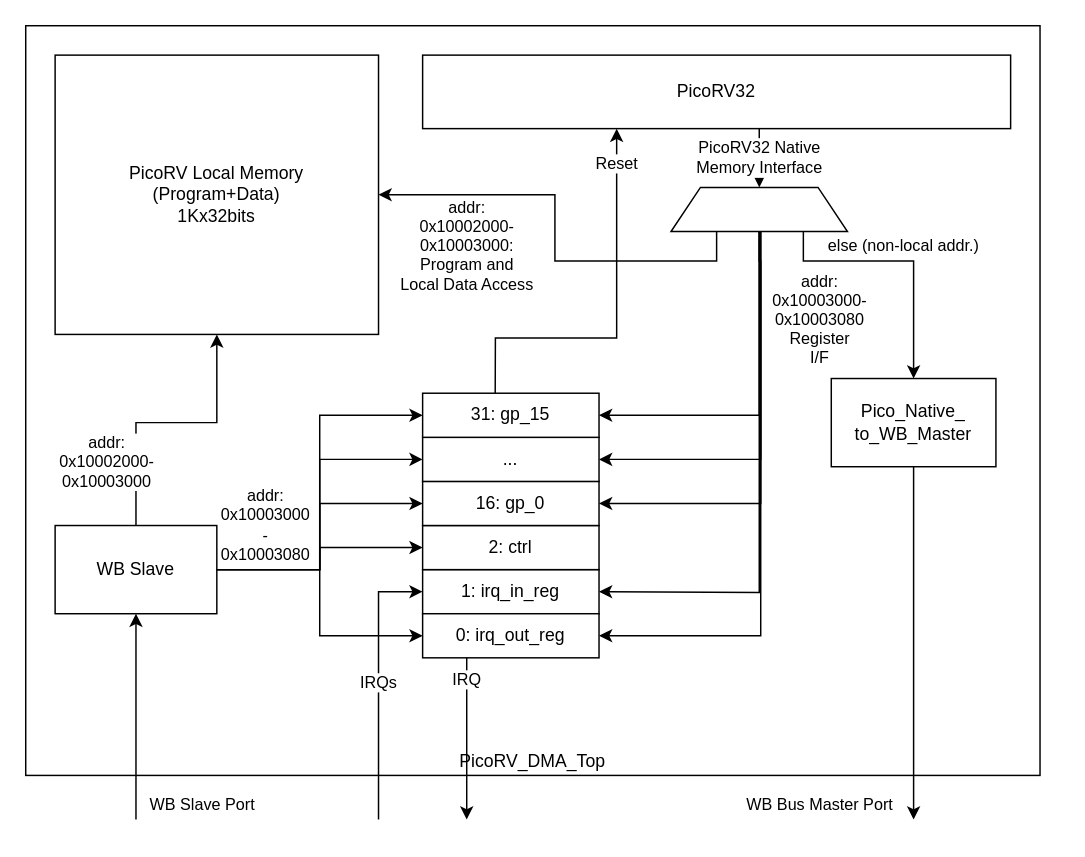
Earlier version of the draw.io diagram assets/PicoRV_DMA_Block_Diagram.drawio (epsilon537/boxlambda). Source tidied: cells renumbered, new cells numbered last; positions are measured from the earlier drawing's top-left corner, leaving out a move shared by most shapes. Both pictures are drawn from the tidied source at 147%, with x=0, y=0 at pixel (25, 25).
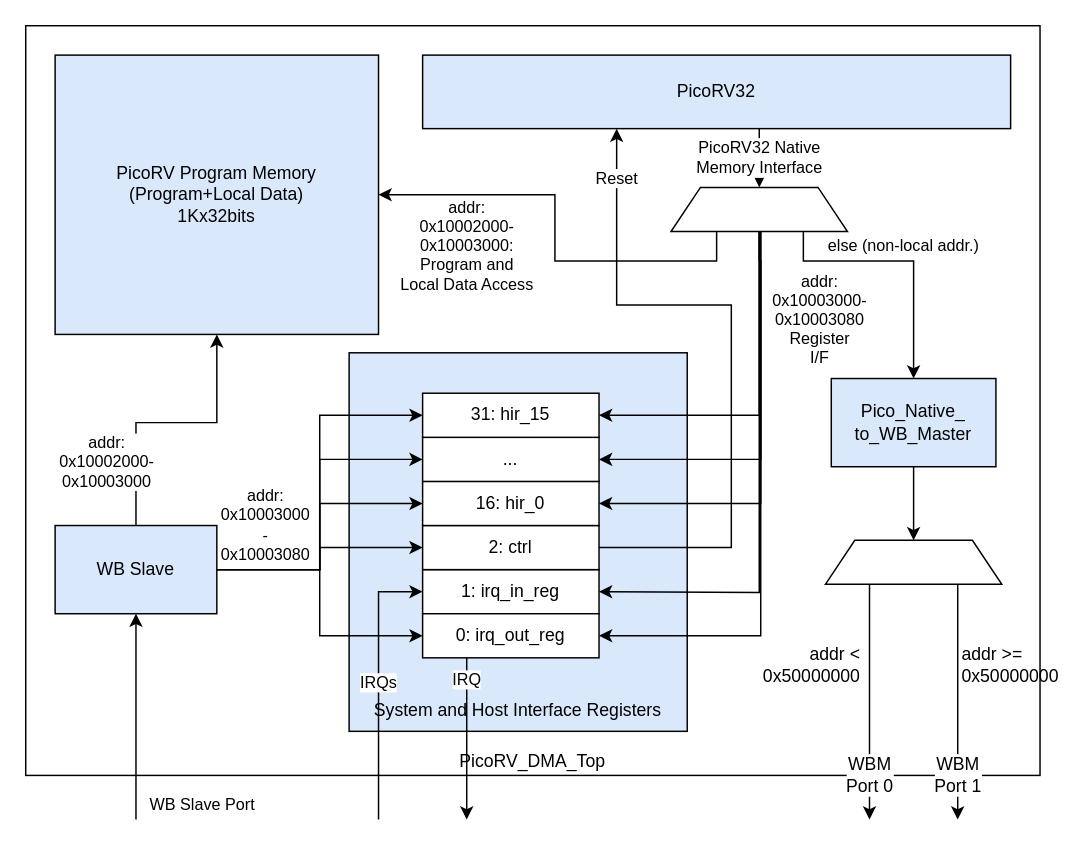
After the change.

Commit message (it also covers changes not shown here):
PicoRV DMA draft post ready.

Diff of the diagram source:
```diff
@@
+    <mxCell id="33" value="&lt;font style=&quot;font-size: 12px;&quot;&gt;System and Host Interface Registers&lt;/font&gt;" style="rounded=0;whiteSpace=wrap;html=1;fontSize=32;fontColor=#000000;strokeColor=#000000;strokeWidth=1;fillColor=#DAE8FC;verticalAlign=bottom;" parent="1" vertex="1">
+      <mxGeometry x="220" y="222.5" width="230" height="257.5" as="geometry" />
+    </mxCell>
-    <mxCell id="3" value="PicoRV32" style="rounded=0;whiteSpace=wrap;html=1;points=[[0,0,0,0,0],[0,0.25,0,0,0],[0,0.5,0,0,0],[0,0.75,0,0,0],[0,1,0,0,0],[0.15,1,0,0,0],[0.25,0,0,0,0],[0.33,1,0,0,0],[0.5,0,0,0,0],[0.5,1,0,0,0],[0.67,1,0,0,0],[0.75,0,0,0,0],[0.82,1,0,0,0],[1,0,0,0,0],[1,0.25,0,0,0],[1,0.5,0,0,0],[1,0.75,0,0,0],[1,1,0,0,0]];" parent="1" vertex="1">
+    <mxCell id="3" value="PicoRV32" style="rounded=0;whiteSpace=wrap;html=1;points=[[0,0,0,0,0],[0,0.25,0,0,0],[0,0.5,0,0,0],[0,0.75,0,0,0],[0,1,0,0,0],[0.15,1,0,0,0],[0.25,0,0,0,0],[0.33,1,0,0,0],[0.5,0,0,0,0],[0.5,1,0,0,0],[0.67,1,0,0,0],[0.75,0,0,0,0],[0.82,1,0,0,0],[1,0,0,0,0],[1,0.25,0,0,0],[1,0.5,0,0,0],[1,0.75,0,0,0],[1,1,0,0,0]];fillColor=#DAE8FC;" parent="1" vertex="1">
       <mxGeometry x="270" y="20" width="400" height="50" as="geometry" />
     </mxCell>
-    <mxCell id="4" value="Pico_Native_&lt;br&gt;to_WB_Master" style="rounded=0;whiteSpace=wrap;html=1;" parent="1" vertex="1">
+    <mxCell id="4" value="Pico_Native_&lt;br&gt;to_WB_Master" style="rounded=0;whiteSpace=wrap;html=1;fillColor=#DAE8FC;" parent="1" vertex="1">
       <mxGeometry x="548" y="240" width="112" height="60" as="geometry" />
     </mxCell>
@@
-    <mxCell id="7" value="WB Bus Master Port" style="endArrow=classic;html=1;rounded=0;exitX=0.5;exitY=1;exitDx=0;exitDy=0;" parent="1" edge="1" source="4">
-      <mxGeometry x="0.92" y="-64" relative="1" as="geometry">
-        <mxPoint x="604" y="540" as="targetPoint" />
-      </mxGeometry>
+    <mxCell id="7" style="endArrow=classic;html=1;rounded=0;exitX=0.5;exitY=1;exitDx=0;exitDy=0;entryX=0.5;entryY=0;entryDx=0;entryDy=0;" parent="1" edge="1" source="4" target="34">
+      <mxGeometry x="0.92" y="-64" relative="1" as="geometry" />
     </mxCell>
-    <mxCell id="8" value="WB Slave" style="rounded=0;whiteSpace=wrap;html=1;" parent="1" vertex="1">
+    <mxCell id="8" value="WB Slave" style="rounded=0;whiteSpace=wrap;html=1;fillColor=#DAE8FC;" parent="1" vertex="1">
       <mxGeometry x="20" y="340" width="110" height="60" as="geometry" />
     </mxCell>
     <mxCell id="9" value="Reset" style="endArrow=classic;html=1;rounded=0;exitX=1;exitY=0.5;exitDx=0;exitDy=0;entryX=0.33;entryY=1;entryDx=0;entryDy=0;edgeStyle=orthogonalEdgeStyle;entryPerimeter=0;" parent="1" edge="1" target="3">
       <mxGeometry x="0.87" relative="1" as="geometry">
         <mxPoint x="319" y="355" as="sourcePoint" />
+        <Array as="points">
+          <mxPoint x="480" y="355" />
+          <mxPoint x="480" y="190" />
+          <mxPoint x="402" y="190" />
+        </Array>
       </mxGeometry>
     </mxCell>
@@
-    <mxCell id="11" value="1: irq_in_reg" style="rounded=0;whiteSpace=wrap;html=1;" parent="1" vertex="1">
+    <mxCell id="11" value="1: irq_in_reg" style="rounded=0;whiteSpace=wrap;html=1;fillColor=#FFFFFF;" parent="1" vertex="1">
       <mxGeometry x="270" y="370" width="120" height="30" as="geometry" />
     </mxCell>
-    <mxCell id="12" value="2: ctrl" style="rounded=0;whiteSpace=wrap;html=1;" parent="1" vertex="1">
+    <mxCell id="12" value="2: ctrl" style="rounded=0;whiteSpace=wrap;html=1;fillColor=#FFFFFF;" parent="1" vertex="1">
       <mxGeometry x="270" y="340" width="120" height="30" as="geometry" />
     </mxCell>
-    <mxCell id="13" value="16: gp_0" style="rounded=0;whiteSpace=wrap;html=1;" parent="1" vertex="1">
+    <mxCell id="13" value="16: hir_0" style="rounded=0;whiteSpace=wrap;html=1;fillColor=#FFFFFF;" parent="1" vertex="1">
       <mxGeometry x="270" y="310" width="120" height="30" as="geometry" />
     </mxCell>
-    <mxCell id="14" value="..." style="rounded=0;whiteSpace=wrap;html=1;" parent="1" vertex="1">
+    <mxCell id="14" value="..." style="rounded=0;whiteSpace=wrap;html=1;fillColor=#FFFFFF;" parent="1" vertex="1">
       <mxGeometry x="270" y="280" width="120" height="30" as="geometry" />
     </mxCell>
-    <mxCell id="15" value="31: gp_15" style="rounded=0;whiteSpace=wrap;html=1;" parent="1" vertex="1">
+    <mxCell id="15" value="31: hir_15" style="rounded=0;whiteSpace=wrap;html=1;fillColor=#FFFFFF;" parent="1" vertex="1">
       <mxGeometry x="270" y="250" width="120" height="30" as="geometry" />
     </mxCell>
@@
-    <mxCell id="24" value="0: irq_out_reg" style="rounded=0;whiteSpace=wrap;html=1;" parent="1" vertex="1">
+    <mxCell id="24" value="0: irq_out_reg" style="rounded=0;whiteSpace=wrap;html=1;fillColor=#FFFFFF;" parent="1" vertex="1">
       <mxGeometry x="270" y="400" width="120" height="30" as="geometry" />
     </mxCell>
@@
-    <mxCell id="26" value="PicoRV Local Memory&lt;br&gt;(Program+Data)&lt;br&gt;1Kx32bits" style="rounded=0;whiteSpace=wrap;html=1;" parent="1" vertex="1">
+    <mxCell id="26" value="PicoRV Program Memory&lt;br&gt;(Program+Local Data)&lt;br&gt;1Kx32bits" style="rounded=0;whiteSpace=wrap;html=1;fillColor=#DAE8FC;" parent="1" vertex="1">
       <mxGeometry x="20" y="20" width="220" height="190" as="geometry" />
     </mxCell>
@@
+    <mxCell id="34" style="shape=trapezoid;perimeter=trapezoidPerimeter;whiteSpace=wrap;html=1;fixedSize=1;" parent="1" vertex="1">
+      <mxGeometry x="544" y="350" width="120" height="30" as="geometry" />
+    </mxCell>
+    <mxCell id="35" value="WBM &lt;br&gt;Port 0" style="endArrow=classic;html=1;rounded=0;fontSize=12;fontColor=#000000;strokeColor=#000000;strokeWidth=1;exitX=0.25;exitY=1;exitDx=0;exitDy=0;" parent="1" edge="1" source="34">
+      <mxGeometry x="0.62" relative="1" as="geometry">
+        <mxPoint x="574" y="540" as="targetPoint" />
+      </mxGeometry>
+    </mxCell>
+    <mxCell id="36" value="WBM &lt;br&gt;Port 1" style="endArrow=classic;html=1;rounded=0;fontSize=12;fontColor=#000000;strokeColor=#000000;strokeWidth=1;exitX=0.75;exitY=1;exitDx=0;exitDy=0;" parent="1" edge="1" source="34">
+      <mxGeometry x="0.62" relative="1" as="geometry">
+        <mxPoint x="634" y="540" as="targetPoint" />
+      </mxGeometry>
+    </mxCell>
+    <mxCell id="37" value="addr &amp;lt;&lt;br&gt;0x50000000" style="text;html=1;strokeColor=none;fillColor=none;align=right;verticalAlign=middle;whiteSpace=wrap;rounded=0;fontSize=12;fontColor=#000000;" parent="1" vertex="1">
+      <mxGeometry x="510" y="420" width="60" height="30" as="geometry" />
+    </mxCell>
+    <mxCell id="38" value="addr &amp;gt;=&lt;br&gt;0x50000000" style="text;html=1;strokeColor=none;fillColor=none;align=left;verticalAlign=middle;whiteSpace=wrap;rounded=0;fontSize=12;fontColor=#000000;" parent="1" vertex="1">
+      <mxGeometry x="635" y="420" width="60" height="30" as="geometry" />
+    </mxCell>
```
